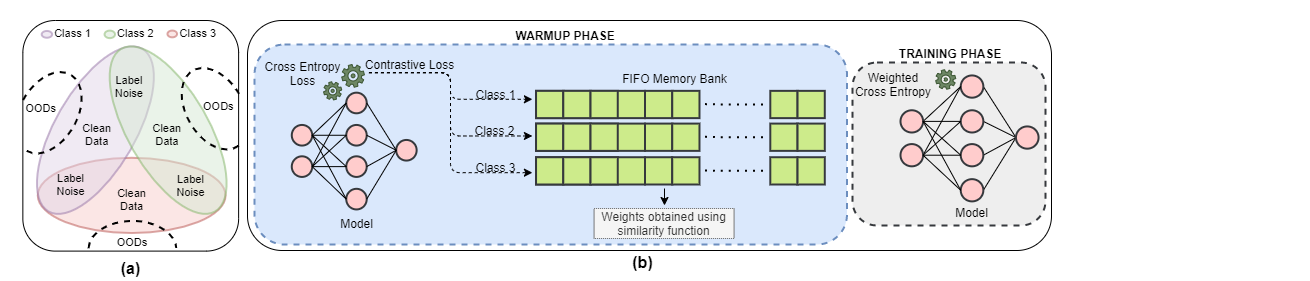
Above: images/isbi_block_color.drawio.png in VarshaSatish/VarshaSatish.github.io (draw.io), before the change. Source tidied: cells renumbered, new cells last; positions are measured from the earlier drawing's top-left corner, leaving out a move shared by most shapes.
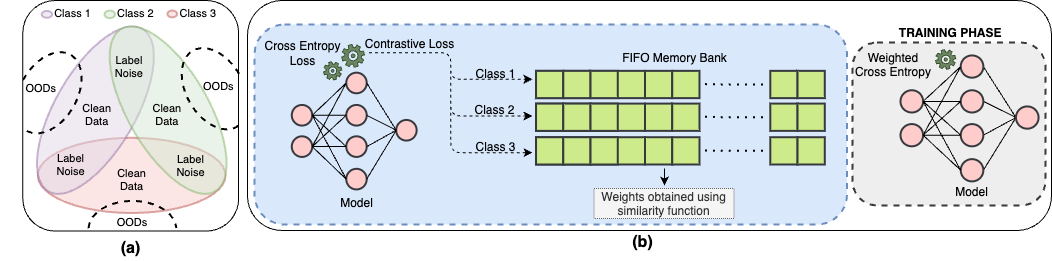
Above is the later version.

What changed in the source:
```diff
@@ -2,18 +2,6 @@
   <root>
     <mxCell id="0" />
     <mxCell id="1" parent="0" />
-    <mxCell id="2" style="group;" parent="1" vertex="1">
-      <mxGeometry x="987" width="322" height="242" as="geometry" />
-    </mxCell>
-    <mxCell id="3" style="group;" parent="2" vertex="1">
-      <mxGeometry x="-484" y="25" width="561" height="217" as="geometry" />
-    </mxCell>
-    <mxCell id="4" value="&lt;b&gt;&amp;nbsp;WARMUP PHASE&lt;/b&gt;" style="text;html=1;align=center;verticalAlign=middle;strokeColor=none;fillColor=none;" parent="3" vertex="1">
-      <mxGeometry width="120" height="20" as="geometry" />
-    </mxCell>
-    <mxCell id="5" style="group;dashed=1;strokeWidth=2;" parent="3" vertex="1">
-      <mxGeometry x="340" y="22" width="221" height="195" as="geometry" />
-    </mxCell>
     <mxCell id="6" value="&lt;b&gt;&amp;nbsp;TRAINING PHASE&lt;/b&gt;" style="text;html=1;align=center;verticalAlign=middle;strokeColor=none;fillColor=none;" parent="1" vertex="1">
       <mxGeometry x="888" y="43" width="120" height="20" as="geometry" />
     </mxCell>
```
